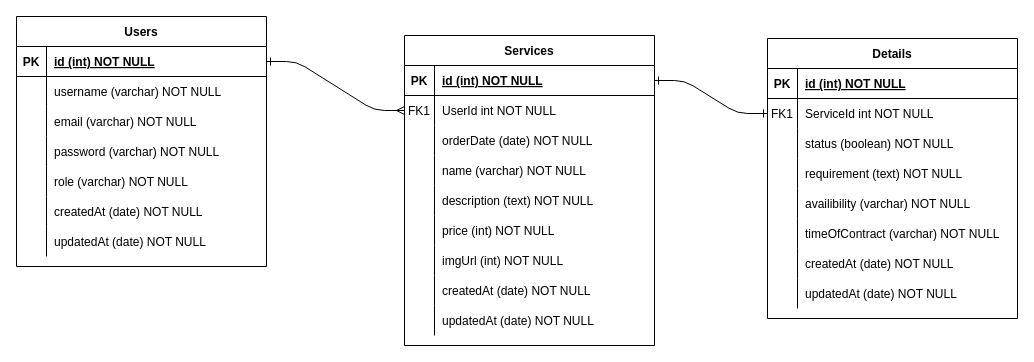
The draw.io diagram Fotoin scheme.drawio in narindaGp/Fotoin, before the edit. Source tidied: cells renumbered, new cells numbered last; positions are measured from the earlier drawing's top-left corner, leaving out a move shared by most shapes. Both pictures are drawn from the tidied source at 100%, with x=0, y=0 at pixel (16, 16).
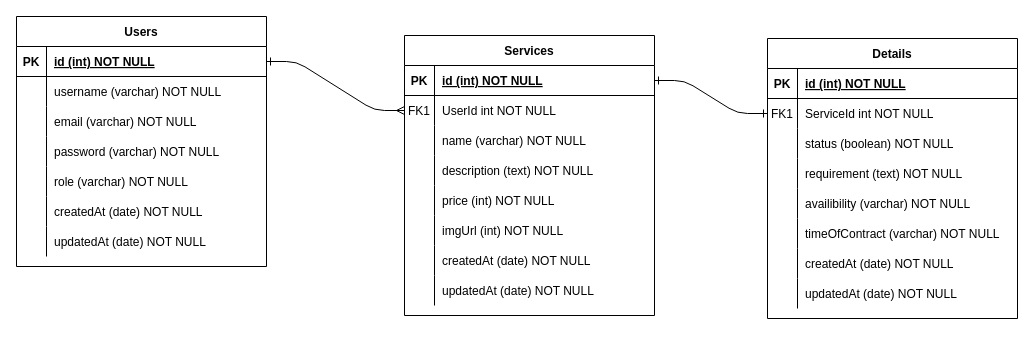
The same page after the edit.

The edit, as a diff of the source:
```diff
@@
     <mxCell id="4" value="Services" style="shape=table;startSize=30;childLayout=tableLayout;rowLines=0;fontStyle=1;align=center;" parent="1" vertex="1">
-      <mxGeometry x="388" y="19" width="250" height="310" as="geometry" />
+      <mxGeometry x="388" y="19" width="250" height="280" as="geometry" />
     </mxCell>
@@
-    <mxCell id="11" style="shape=partialRectangle;fillColor=none;top=0;left=0;right=0;bottom=0;" parent="4" vertex="1">
-      <mxGeometry y="90" width="250" height="30" as="geometry" />
-    </mxCell>
-    <mxCell id="12" style="shape=partialRectangle;overflow=hidden;fillColor=none;top=0;left=0;bottom=0;right=0;" parent="11" vertex="1">
-      <mxGeometry width="30" height="30" as="geometry" />
-    </mxCell>
-    <mxCell id="13" value="orderDate (date) NOT NULL" style="shape=partialRectangle;overflow=hidden;fillColor=none;top=0;left=0;bottom=0;right=0;align=left;spacingLeft=6;" parent="11" vertex="1">
-      <mxGeometry x="30" width="220" height="30" as="geometry" />
-    </mxCell>
     <mxCell id="14" style="shape=partialRectangle;fillColor=none;top=0;left=0;right=0;bottom=0;" parent="4" vertex="1">
-      <mxGeometry y="120" width="250" height="30" as="geometry" />
+      <mxGeometry y="90" width="250" height="30" as="geometry" />
     </mxCell>
@@
     <mxCell id="17" style="shape=partialRectangle;fillColor=none;top=0;left=0;right=0;bottom=0;" parent="4" vertex="1">
-      <mxGeometry y="150" width="250" height="30" as="geometry" />
+      <mxGeometry y="120" width="250" height="30" as="geometry" />
     </mxCell>
@@
     <mxCell id="20" style="shape=partialRectangle;fillColor=none;top=0;left=0;right=0;bottom=0;" parent="4" vertex="1">
-      <mxGeometry y="180" width="250" height="30" as="geometry" />
+      <mxGeometry y="150" width="250" height="30" as="geometry" />
     </mxCell>
@@
     <mxCell id="23" style="shape=partialRectangle;fillColor=none;top=0;left=0;right=0;bottom=0;" parent="4" vertex="1">
-      <mxGeometry y="210" width="250" height="30" as="geometry" />
+      <mxGeometry y="180" width="250" height="30" as="geometry" />
     </mxCell>
@@
     <mxCell id="26" style="shape=partialRectangle;fillColor=none;top=0;left=0;right=0;bottom=0;" parent="4" vertex="1">
-      <mxGeometry y="240" width="250" height="30" as="geometry" />
+      <mxGeometry y="210" width="250" height="30" as="geometry" />
     </mxCell>
@@
     <mxCell id="29" style="shape=partialRectangle;fillColor=none;top=0;left=0;right=0;bottom=0;" parent="4" vertex="1">
-      <mxGeometry y="270" width="250" height="30" as="geometry" />
+      <mxGeometry y="240" width="250" height="30" as="geometry" />
     </mxCell>
```
